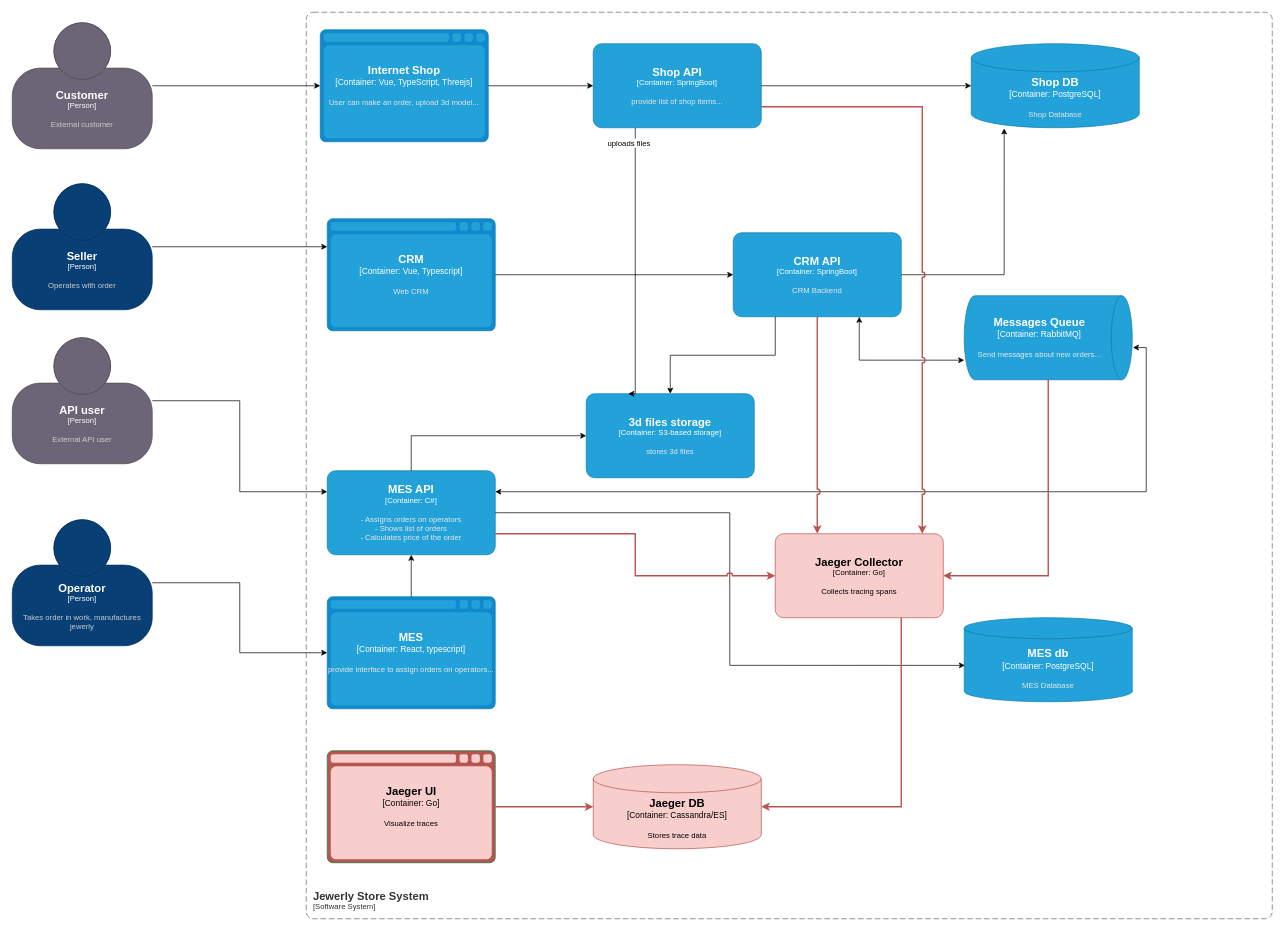
ai-rogachev/architecture-alexandrite keeps this draw.io diagram as Task3/jewerly_c4_model_with_trace.drawio. Above is the earlier version. Source tidied: cells renumbered, new cells numbered last; positions are measured from the earlier drawing's top-left corner, leaving out a move shared by most shapes. Both pictures are drawn from the tidied source at 70%, with x=0, y=0 at pixel (12, 12).
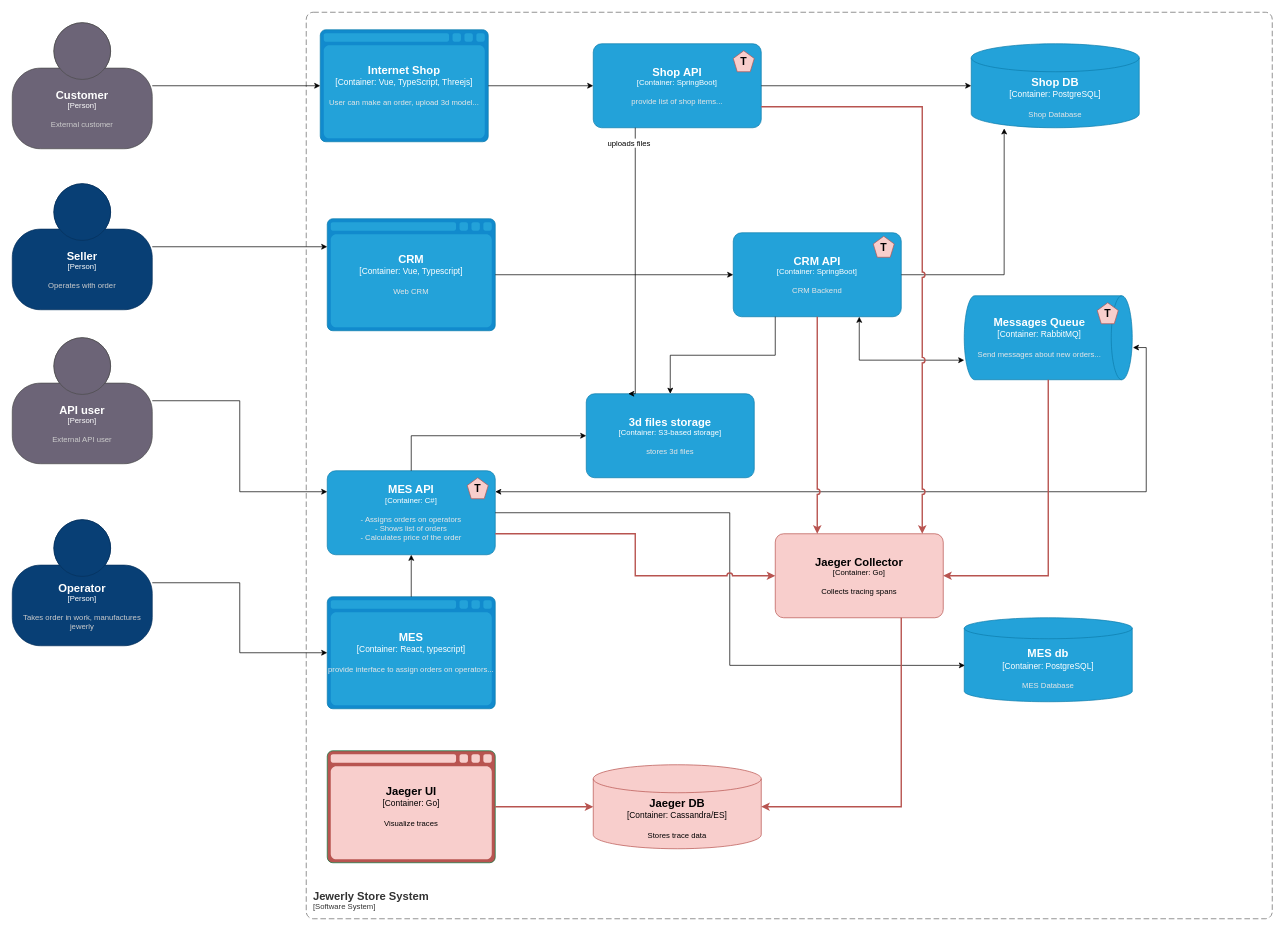
The same diagram, later.

What changed in the source:
```diff
@@
+    <mxCell id="42" value="T" style="whiteSpace=wrap;html=1;shape=mxgraph.basic.pentagon;verticalAlign=middle;fontSize=15;fontStyle=1;fillColor=#f8cecc;strokeColor=#b85450;" parent="1" vertex="1">
+      <mxGeometry x="1030" y="55" width="30" height="30" as="geometry" />
+    </mxCell>
+    <mxCell id="43" value="T" style="whiteSpace=wrap;html=1;shape=mxgraph.basic.pentagon;verticalAlign=middle;fontSize=15;fontStyle=1;fillColor=#f8cecc;strokeColor=#b85450;" parent="1" vertex="1">
+      <mxGeometry x="1230" y="320" width="30" height="30" as="geometry" />
+    </mxCell>
+    <mxCell id="44" value="T" style="whiteSpace=wrap;html=1;shape=mxgraph.basic.pentagon;verticalAlign=middle;fontSize=15;fontStyle=1;fillColor=#f8cecc;strokeColor=#b85450;" parent="1" vertex="1">
+      <mxGeometry x="650" y="665" width="30" height="30" as="geometry" />
+    </mxCell>
+    <mxCell id="45" value="T" style="whiteSpace=wrap;html=1;shape=mxgraph.basic.pentagon;verticalAlign=middle;fontSize=15;fontStyle=1;fillColor=#f8cecc;strokeColor=#b85450;" parent="1" vertex="1">
+      <mxGeometry x="1550" y="415" width="30" height="30" as="geometry" />
+    </mxCell>
```
